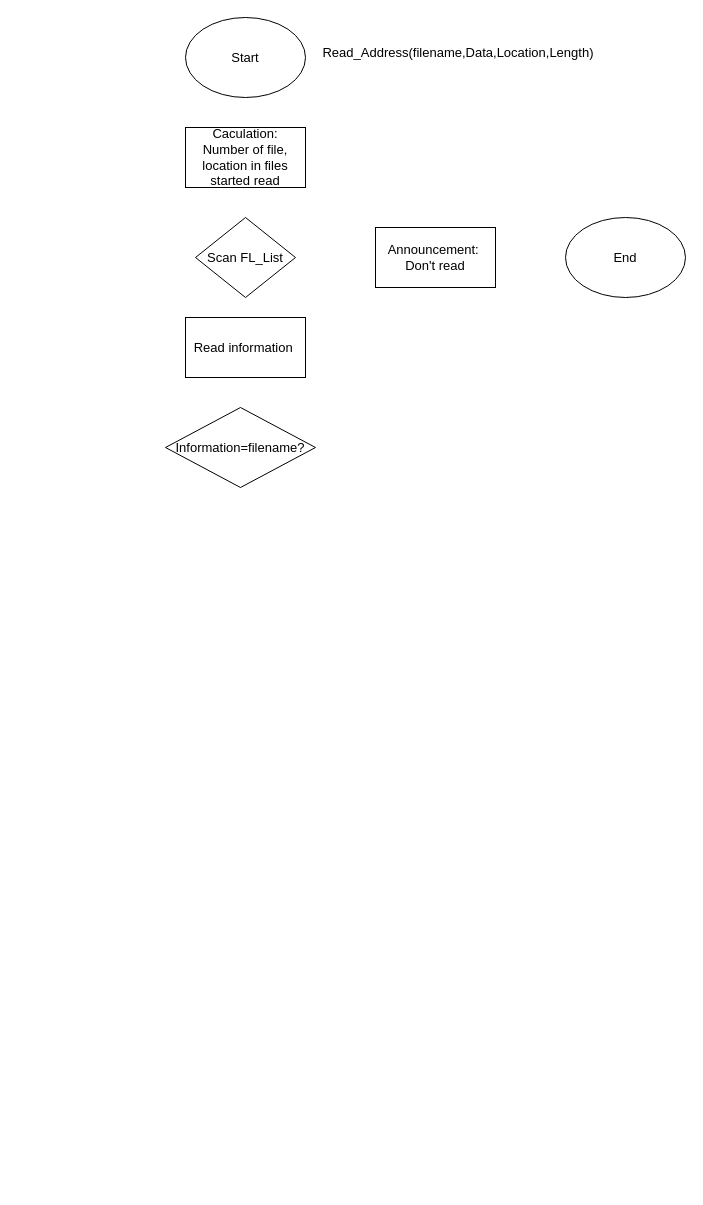
Before: page "Read_Address" (3 of 4) of Mindset.drawio in Chipuscu/STM321, a draw.io diagram. Source tidied: cells renumbered, new cells numbered last; positions are measured from the earlier drawing's top-left corner, leaving out a move shared by most shapes. Both pictures are drawn from the tidied source at 100%, with x=0, y=0 at pixel (165, 17).
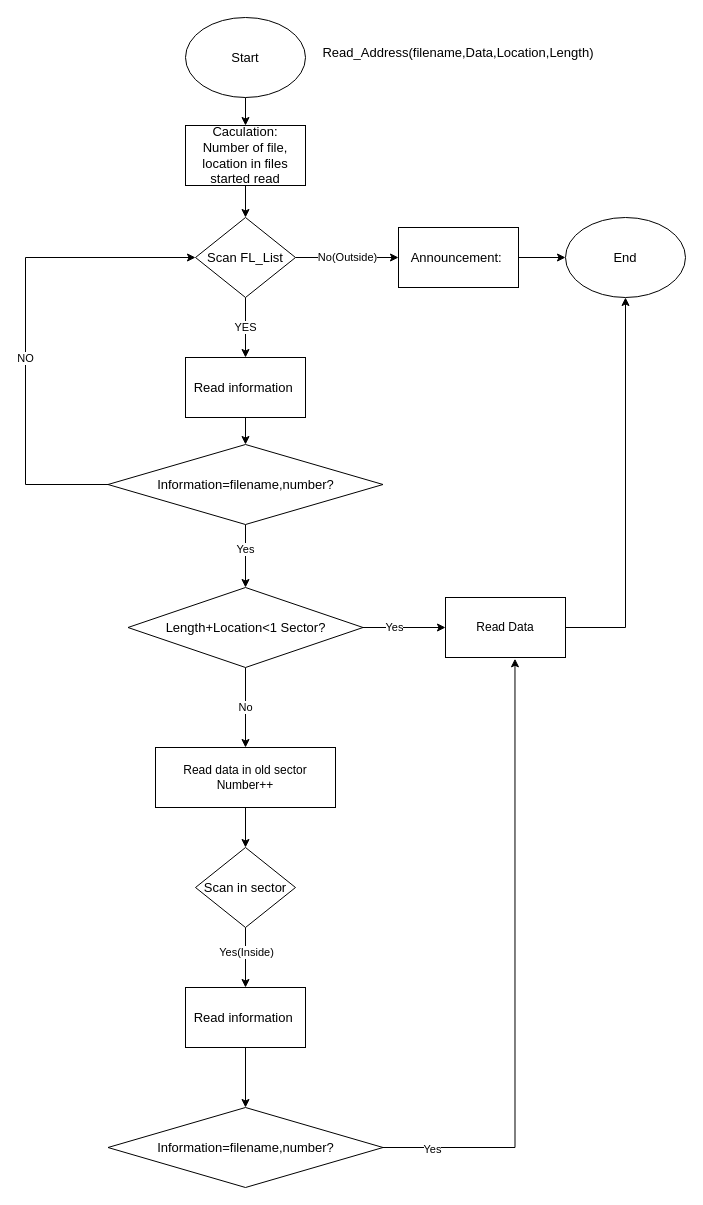
The same page after the edit.

Unchanged cells that the change refers to:
```xml
<mxCell id="2" value="Start" style="ellipse;whiteSpace=wrap;html=1;fontSize=13;" parent="1" vertex="1">
  <mxGeometry x="20" width="120" height="80" as="geometry" />
</mxCell>
<mxCell id="5" value="Scan FL_List" style="rhombus;whiteSpace=wrap;html=1;fontSize=13;" parent="1" vertex="1">
  <mxGeometry x="30" y="200" width="100" height="80" as="geometry" />
</mxCell>
<mxCell id="9" value="End" style="ellipse;whiteSpace=wrap;html=1;fontSize=13;" parent="1" vertex="1">
  <mxGeometry x="400" y="200" width="120" height="80" as="geometry" />
</mxCell>
```

What changed in the source:
```diff
@@
+    <mxCell id="10" style="edgeStyle=orthogonalEdgeStyle;rounded=0;jettySize=auto;html=1;" parent="1" edge="1" source="2" target="4">
+      <mxGeometry relative="1" as="geometry" />
+    </mxCell>
@@
+    <mxCell id="11" style="edgeStyle=orthogonalEdgeStyle;rounded=0;jettySize=auto;html=1;entryX=0.5;entryY=0;entryDx=0;entryDy=0;" parent="1" edge="1" source="4" target="5">
+      <mxGeometry relative="1" as="geometry" />
+    </mxCell>
     <mxCell id="4" value="Caculation:&lt;br&gt;Number of file, location in files started read" style="rounded=0;whiteSpace=wrap;html=1;fontSize=13;" parent="1" vertex="1">
-      <mxGeometry x="20" y="110" width="120" height="60" as="geometry" />
+      <mxGeometry x="20" y="108" width="120" height="60" as="geometry" />
     </mxCell>
+    <mxCell id="12" value="No(Outside)" style="edgeStyle=orthogonalEdgeStyle;rounded=0;jettySize=auto;html=1;entryX=0;entryY=0.5;entryDx=0;entryDy=0;" parent="1" edge="1" source="5" target="8">
+      <mxGeometry relative="1" as="geometry" />
+    </mxCell>
+    <mxCell id="13" value="YES" style="edgeStyle=orthogonalEdgeStyle;rounded=0;jettySize=auto;html=1;entryX=0.5;entryY=0;entryDx=0;entryDy=0;" parent="1" edge="1" source="5" target="6">
+      <mxGeometry relative="1" as="geometry" />
+    </mxCell>
@@
+    <mxCell id="14" style="edgeStyle=orthogonalEdgeStyle;rounded=0;jettySize=auto;html=1;entryX=0.5;entryY=0;entryDx=0;entryDy=0;" parent="1" edge="1" source="6" target="7">
+      <mxGeometry relative="1" as="geometry" />
+    </mxCell>
     <mxCell id="6" value="Read information&amp;nbsp;" style="rounded=0;whiteSpace=wrap;html=1;fontSize=13;" parent="1" vertex="1">
-      <mxGeometry x="20" y="300" width="120" height="60" as="geometry" />
+      <mxGeometry x="20" y="340" width="120" height="60" as="geometry" />
     </mxCell>
+    <mxCell id="15" style="edgeStyle=orthogonalEdgeStyle;rounded=0;jettySize=auto;html=1;entryX=0;entryY=0.5;entryDx=0;entryDy=0;" parent="1" edge="1" source="7" target="5">
+      <mxGeometry relative="1" as="geometry">
+        <Array as="points">
+          <mxPoint x="-140" y="467" />
+          <mxPoint x="-140" y="240" />
+        </Array>
+      </mxGeometry>
+    </mxCell>
+    <mxCell id="16" value="NO" style="edgeLabel;html=1;align=center;verticalAlign=middle;" parent="15" vertex="1">
+      <mxGeometry x="-0.76" relative="1" as="geometry">
+        <mxPoint x="-25" y="-127" as="offset" />
+      </mxGeometry>
+    </mxCell>
+    <mxCell id="17" style="edgeStyle=orthogonalEdgeStyle;rounded=0;jettySize=auto;html=1;entryX=0.5;entryY=0;entryDx=0;entryDy=0;" parent="1" edge="1" source="7" target="23">
+      <mxGeometry relative="1" as="geometry" />
+    </mxCell>
+    <mxCell id="18" value="Yes" style="edgeLabel;html=1;align=center;verticalAlign=middle;" parent="17" vertex="1">
+      <mxGeometry x="-0.23" y="-1" relative="1" as="geometry" />
+    </mxCell>
-    <mxCell id="7" value="Information=filename?" style="rhombus;whiteSpace=wrap;html=1;fontSize=13;" parent="1" vertex="1">
-      <mxGeometry y="390" width="150" height="80" as="geometry" />
+    <mxCell id="7" value="Information=filename,number?" style="rhombus;whiteSpace=wrap;html=1;fontSize=13;" parent="1" vertex="1">
+      <mxGeometry x="-57.5" y="427" width="275" height="80" as="geometry" />
     </mxCell>
+    <mxCell id="19" style="edgeStyle=orthogonalEdgeStyle;rounded=0;jettySize=auto;html=1;entryX=0;entryY=0.5;entryDx=0;entryDy=0;" parent="1" edge="1" source="8" target="9">
+      <mxGeometry relative="1" as="geometry" />
+    </mxCell>
-    <mxCell id="8" value="Announcement:&amp;nbsp;&lt;br&gt;Don't read" style="rounded=0;whiteSpace=wrap;html=1;fontSize=13;" parent="1" vertex="1">
-      <mxGeometry x="210" y="210" width="120" height="60" as="geometry" />
+    <mxCell id="8" value="Announcement:&amp;nbsp;" style="rounded=0;whiteSpace=wrap;html=1;fontSize=13;" parent="1" vertex="1">
+      <mxGeometry x="233" y="210" width="120" height="60" as="geometry" />
     </mxCell>
@@
+    <mxCell id="20" style="edgeStyle=orthogonalEdgeStyle;rounded=0;jettySize=auto;html=1;entryX=0;entryY=0.5;entryDx=0;entryDy=0;" parent="1" edge="1" source="23" target="25">
+      <mxGeometry relative="1" as="geometry" />
+    </mxCell>
+    <mxCell id="21" value="Yes" style="edgeLabel;html=1;align=center;verticalAlign=middle;" parent="20" vertex="1">
+      <mxGeometry x="-0.24" y="1" relative="1" as="geometry" />
+    </mxCell>
+    <mxCell id="22" value="No" style="edgeStyle=orthogonalEdgeStyle;rounded=0;jettySize=auto;html=1;exitX=0.5;exitY=1;exitDx=0;exitDy=0;entryX=0.5;entryY=0;entryDx=0;entryDy=0;" parent="1" edge="1" source="23" target="27">
+      <mxGeometry relative="1" as="geometry" />
+    </mxCell>
+    <mxCell id="23" value="Length+Location&amp;lt;1 Sector?" style="rhombus;whiteSpace=wrap;html=1;fontSize=13;" parent="1" vertex="1">
+      <mxGeometry x="-37.5" y="570" width="235" height="80" as="geometry" />
+    </mxCell>
+    <mxCell id="24" style="edgeStyle=orthogonalEdgeStyle;rounded=0;jettySize=auto;html=1;exitX=1;exitY=0.5;exitDx=0;exitDy=0;entryX=0.5;entryY=1;entryDx=0;entryDy=0;" parent="1" edge="1" source="25" target="9">
+      <mxGeometry relative="1" as="geometry" />
+    </mxCell>
+    <mxCell id="25" value="Read Data" style="rounded=0;whiteSpace=wrap;html=1;" parent="1" vertex="1">
+      <mxGeometry x="280" y="580" width="120" height="60" as="geometry" />
+    </mxCell>
+    <mxCell id="26" style="edgeStyle=orthogonalEdgeStyle;rounded=0;jettySize=auto;html=1;" parent="1" edge="1" source="27" target="30">
+      <mxGeometry relative="1" as="geometry" />
+    </mxCell>
+    <mxCell id="27" value="Read data in old sector&lt;br&gt;Number++" style="rounded=0;whiteSpace=wrap;html=1;" parent="1" vertex="1">
+      <mxGeometry x="-10" y="730" width="180" height="60" as="geometry" />
+    </mxCell>
+    <mxCell id="28" style="edgeStyle=orthogonalEdgeStyle;rounded=0;jettySize=auto;html=1;entryX=0.5;entryY=0;entryDx=0;entryDy=0;" parent="1" edge="1" source="30" target="32">
+      <mxGeometry relative="1" as="geometry" />
+    </mxCell>
+    <mxCell id="29" value="Yes(Inside)" style="edgeLabel;html=1;align=center;verticalAlign=middle;" parent="28" vertex="1">
+      <mxGeometry x="-0.2" y="-1" relative="1" as="geometry">
+        <mxPoint x="1" as="offset" />
+      </mxGeometry>
+    </mxCell>
+    <mxCell id="30" value="Scan in sector" style="rhombus;whiteSpace=wrap;html=1;fontSize=13;" parent="1" vertex="1">
+      <mxGeometry x="30" y="830" width="100" height="80" as="geometry" />
+    </mxCell>
+    <mxCell id="31" style="edgeStyle=orthogonalEdgeStyle;rounded=0;jettySize=auto;html=1;entryX=0.5;entryY=0;entryDx=0;entryDy=0;" parent="1" edge="1" source="32" target="35">
+      <mxGeometry relative="1" as="geometry" />
+    </mxCell>
+    <mxCell id="32" value="Read information&amp;nbsp;" style="rounded=0;whiteSpace=wrap;html=1;fontSize=13;" parent="1" vertex="1">
+      <mxGeometry x="20" y="970" width="120" height="60" as="geometry" />
+    </mxCell>
+    <mxCell id="33" style="edgeStyle=orthogonalEdgeStyle;rounded=0;jettySize=auto;html=1;entryX=0.579;entryY=1.021;entryDx=0;entryDy=0;entryPerimeter=0;" parent="1" edge="1" source="35" target="25">
+      <mxGeometry relative="1" as="geometry" />
+    </mxCell>
+    <mxCell id="34" value="Yes" style="edgeLabel;html=1;align=center;verticalAlign=middle;" parent="33" vertex="1">
+      <mxGeometry x="-0.84" y="-1" relative="1" as="geometry">
+        <mxPoint x="-1" as="offset" />
+      </mxGeometry>
+    </mxCell>
+    <mxCell id="35" value="Information=filename,number?" style="rhombus;whiteSpace=wrap;html=1;fontSize=13;" parent="1" vertex="1">
+      <mxGeometry x="-57.5" y="1090" width="275" height="80" as="geometry" />
+    </mxCell>
```
